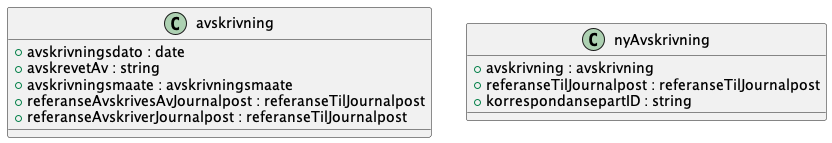
This is Dokumentasjon/V1/SchemaModels/no/ks/fiks/arkiv/v1/arkivering/avskrivning/opprett.png from ks-no/fiks-arkiv-specification, a PlantUML export, as it was before one commit. The source it was exported from:
```plantuml
@startuml

class avskrivning {
    +avskrivningsdato : date
    +avskrevetAv : string
    +avskrivningsmaate : avskrivningsmaate
    +referanseAvskrivesAvJournalpost : referanseTilJournalpost
    +referanseAvskriverJournalpost : referanseTilJournalpost
}
class nyAvskrivning {
    +avskrivning : avskrivning
    +referanseTilJournalpost : referanseTilJournalpost
    +korrespondansepartID : string
}

@enduml
```
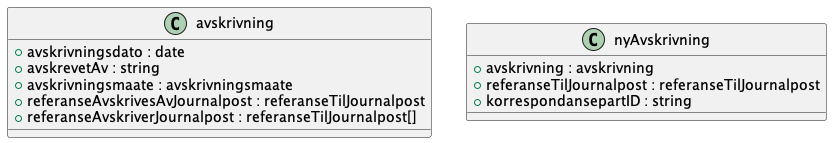
The same diagram one commit later.

Change to the diagram source:
```diff
@@ -5,7 +5,7 @@
     +avskrevetAv : string
     +avskrivningsmaate : avskrivningsmaate
     +referanseAvskrivesAvJournalpost : referanseTilJournalpost
-    +referanseAvskriverJournalpost : referanseTilJournalpost
+    +referanseAvskriverJournalpost : referanseTilJournalpost[]
 }
 class nyAvskrivning {
     +avskrivning : avskrivning
```
